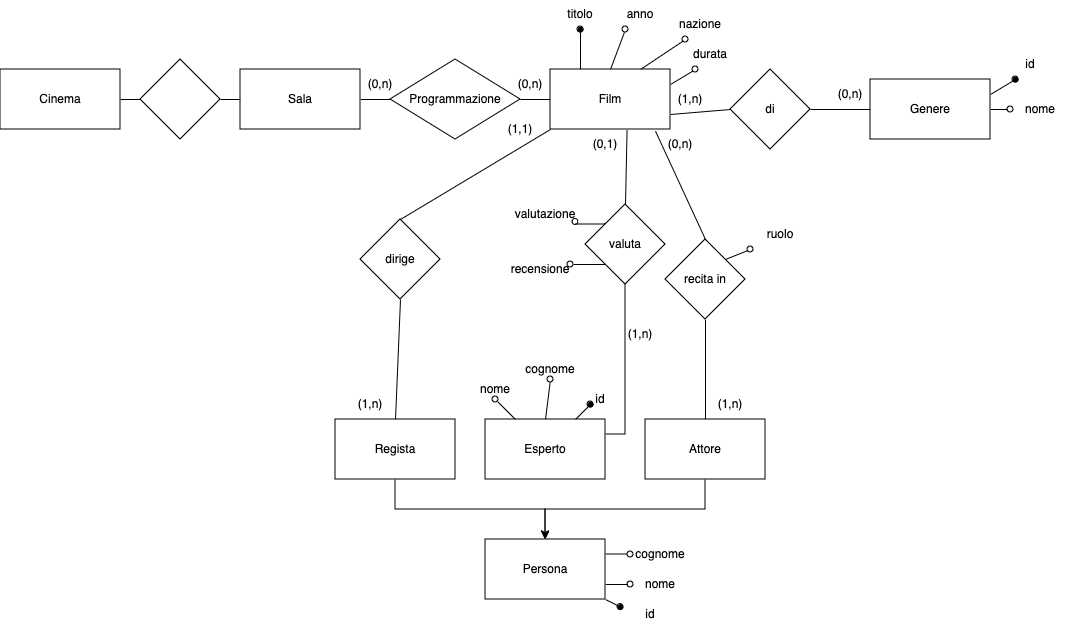
Above: Cinema.drawio.png in GekkeijuITA/BD (draw.io), before the change. Source tidied: cells renumbered, new cells last; positions are measured from the earlier drawing's top-left corner, leaving out a move shared by most shapes.
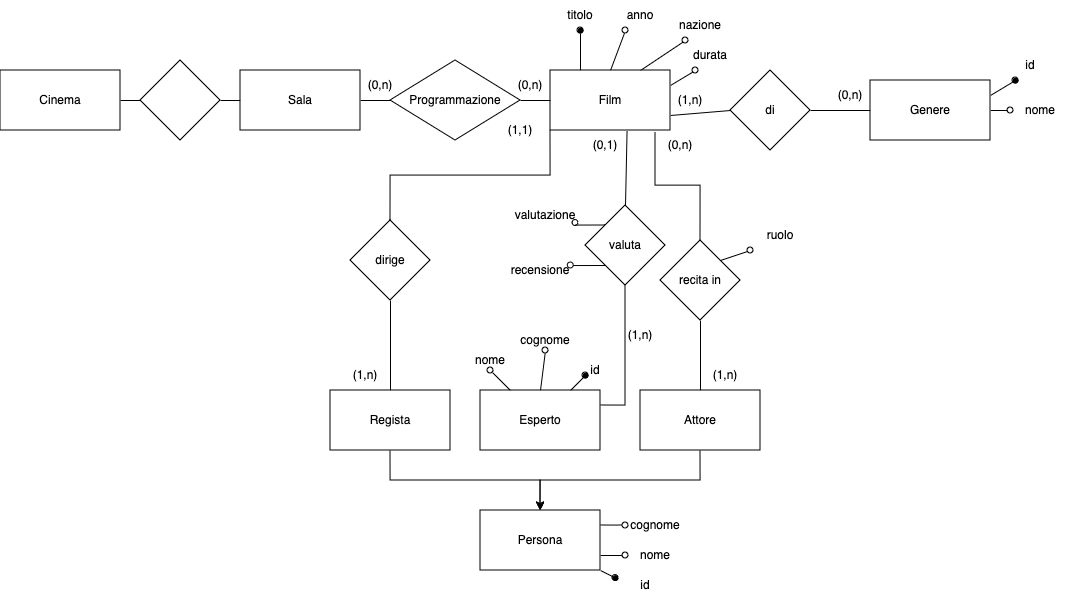
After the change.

The edit, as a diff of the source:
```diff
@@ -35,14 +35,14 @@
     <mxCell id="12" style="edgeStyle=orthogonalEdgeStyle;rounded=0;jettySize=auto;html=1;exitX=1;exitY=0.5;exitDx=0;exitDy=0;entryX=0;entryY=0.5;entryDx=0;entryDy=0;endArrow=none;endFill=0;" parent="1" edge="1" source="13" target="11">
       <mxGeometry relative="1" as="geometry" />
     </mxCell>
-    <mxCell id="13" value="Programmazione" style="rhombus;whiteSpace=wrap;html=1;" parent="1" vertex="1">
+    <mxCell id="13" value="Programmazione" style="rhombus;whiteSpace=wrap;html=1;rounded=0;" parent="1" vertex="1">
       <mxGeometry x="390" y="60" width="130" height="80" as="geometry" />
     </mxCell>
     <mxCell id="14" style="edgeStyle=orthogonalEdgeStyle;rounded=0;jettySize=auto;html=1;exitX=1;exitY=0.25;exitDx=0;exitDy=0;entryX=0;entryY=0.5;entryDx=0;entryDy=0;endArrow=oval;endFill=0;" parent="1" edge="1" source="17" target="65">
       <mxGeometry relative="1" as="geometry">
         <Array as="points">
-          <mxPoint x="620" y="555" />
-          <mxPoint x="620" y="555" />
+          <mxPoint x="615" y="525" />
+          <mxPoint x="615" y="525" />
         </Array>
       </mxGeometry>
     </mxCell>
@@ -53,12 +53,12 @@
       <mxGeometry relative="1" as="geometry" />
     </mxCell>
     <mxCell id="17" value="Persona" style="rounded=0;whiteSpace=wrap;html=1;" parent="1" vertex="1">
-      <mxGeometry x="485" y="540" width="120" height="60" as="geometry" />
+      <mxGeometry x="480" y="510" width="120" height="60" as="geometry" />
     </mxCell>
     <mxCell id="18" style="edgeStyle=orthogonalEdgeStyle;rounded=0;jettySize=auto;html=1;exitX=0;exitY=0.5;exitDx=0;exitDy=0;entryX=1;entryY=0.5;entryDx=0;entryDy=0;endArrow=none;endFill=0;" parent="1" edge="1" source="19" target="2">
       <mxGeometry relative="1" as="geometry" />
     </mxCell>
-    <mxCell id="19" style="rhombus;whiteSpace=wrap;html=1;" parent="1" vertex="1">
+    <mxCell id="19" style="rhombus;whiteSpace=wrap;html=1;rounded=0;" parent="1" vertex="1">
       <mxGeometry x="140" y="60" width="80" height="80" as="geometry" />
     </mxCell>
     <mxCell id="20" value="titolo" style="text;html=1;align=center;verticalAlign=middle;whiteSpace=wrap;rounded=0;" parent="1" vertex="1">
@@ -104,12 +104,12 @@
       <mxGeometry relative="1" as="geometry" />
     </mxCell>
     <mxCell id="34" value="Esperto" style="rounded=0;whiteSpace=wrap;html=1;" parent="1" vertex="1">
-      <mxGeometry x="485" y="420" width="120" height="60" as="geometry" />
+      <mxGeometry x="480" y="390" width="120" height="60" as="geometry" />
     </mxCell>
     <mxCell id="35" style="edgeStyle=orthogonalEdgeStyle;rounded=0;jettySize=auto;html=1;exitX=0;exitY=0;exitDx=0;exitDy=0;entryX=1;entryY=0.75;entryDx=0;entryDy=0;endArrow=oval;endFill=0;" parent="1" edge="1" source="36" target="37">
       <mxGeometry relative="1" as="geometry" />
     </mxCell>
-    <mxCell id="36" value="valuta" style="rhombus;whiteSpace=wrap;html=1;" parent="1" vertex="1">
+    <mxCell id="36" value="valuta" style="rhombus;whiteSpace=wrap;html=1;rounded=0;" parent="1" vertex="1">
       <mxGeometry x="585" y="205" width="80" height="80" as="geometry" />
     </mxCell>
     <mxCell id="37" value="&lt;div&gt;valutazione&lt;/div&gt;" style="text;html=1;align=center;verticalAlign=middle;whiteSpace=wrap;rounded=0;" parent="1" vertex="1">
@@ -125,15 +125,15 @@
       <mxGeometry relative="1" as="geometry" />
     </mxCell>
     <mxCell id="41" value="&lt;div&gt;Attore&lt;/div&gt;" style="rounded=0;whiteSpace=wrap;html=1;" parent="1" vertex="1">
-      <mxGeometry x="645" y="420" width="120" height="60" as="geometry" />
+      <mxGeometry x="640" y="390" width="120" height="60" as="geometry" />
     </mxCell>
     <mxCell id="42" style="rounded=0;jettySize=auto;html=1;exitX=1;exitY=0;exitDx=0;exitDy=0;entryX=0;entryY=1;entryDx=0;entryDy=0;endArrow=oval;endFill=0;" parent="1" edge="1" source="43" target="63">
       <mxGeometry relative="1" as="geometry" />
     </mxCell>
-    <mxCell id="43" value="recita in" style="rhombus;whiteSpace=wrap;html=1;" parent="1" vertex="1">
-      <mxGeometry x="665" y="240" width="80" height="80" as="geometry" />
+    <mxCell id="43" value="recita in" style="rhombus;whiteSpace=wrap;html=1;rounded=0;" parent="1" vertex="1">
+      <mxGeometry x="660" y="240" width="80" height="80" as="geometry" />
     </mxCell>
-    <mxCell id="44" value="di" style="rhombus;whiteSpace=wrap;html=1;" parent="1" vertex="1">
+    <mxCell id="44" value="di" style="rhombus;whiteSpace=wrap;html=1;rounded=0;" parent="1" vertex="1">
       <mxGeometry x="730" y="70" width="80" height="80" as="geometry" />
     </mxCell>
     <mxCell id="45" style="rounded=0;jettySize=auto;html=1;exitX=0.5;exitY=0;exitDx=0;exitDy=0;entryX=0.5;entryY=1;entryDx=0;entryDy=0;endArrow=none;endFill=0;" parent="1" edge="1" source="47" target="49">
@@ -143,18 +143,18 @@
       <mxGeometry relative="1" as="geometry" />
     </mxCell>
     <mxCell id="47" value="Regista" style="rounded=0;whiteSpace=wrap;html=1;" parent="1" vertex="1">
-      <mxGeometry x="335" y="420" width="120" height="60" as="geometry" />
+      <mxGeometry x="330" y="390" width="120" height="60" as="geometry" />
     </mxCell>
-    <mxCell id="48" style="rounded=0;jettySize=auto;html=1;exitX=0.5;exitY=0;exitDx=0;exitDy=0;entryX=0;entryY=1;entryDx=0;entryDy=0;endArrow=none;endFill=0;" parent="1" edge="1" source="49" target="11">
+    <mxCell id="48" style="rounded=0;jettySize=auto;html=1;exitX=0.5;exitY=0;exitDx=0;exitDy=0;entryX=0;entryY=1;entryDx=0;entryDy=0;endArrow=none;endFill=0;edgeStyle=orthogonalEdgeStyle;" parent="1" edge="1" source="49" target="11">
       <mxGeometry relative="1" as="geometry" />
     </mxCell>
-    <mxCell id="49" value="dirige" style="rhombus;whiteSpace=wrap;html=1;" parent="1" vertex="1">
-      <mxGeometry x="360" y="220" width="80" height="80" as="geometry" />
+    <mxCell id="49" value="dirige" style="rhombus;whiteSpace=wrap;html=1;rounded=0;" parent="1" vertex="1">
+      <mxGeometry x="350" y="220" width="80" height="80" as="geometry" />
     </mxCell>
     <mxCell id="50" style="rounded=0;jettySize=auto;html=1;exitX=0.5;exitY=0;exitDx=0;exitDy=0;entryX=0.638;entryY=1.011;entryDx=0;entryDy=0;entryPerimeter=0;endArrow=none;endFill=0;" parent="1" edge="1" source="36" target="11">
       <mxGeometry relative="1" as="geometry" />
     </mxCell>
-    <mxCell id="51" style="rounded=0;jettySize=auto;html=1;exitX=0.5;exitY=0;exitDx=0;exitDy=0;entryX=0.875;entryY=1.028;entryDx=0;entryDy=0;entryPerimeter=0;endArrow=none;endFill=0;" parent="1" edge="1" source="43" target="11">
+    <mxCell id="51" style="rounded=0;jettySize=auto;html=1;exitX=0.5;exitY=0;exitDx=0;exitDy=0;entryX=0.875;entryY=1.028;entryDx=0;entryDy=0;entryPerimeter=0;endArrow=none;endFill=0;edgeStyle=orthogonalEdgeStyle;" parent="1" edge="1" source="43" target="11">
       <mxGeometry relative="1" as="geometry" />
     </mxCell>
     <mxCell id="52" style="edgeStyle=orthogonalEdgeStyle;rounded=0;jettySize=auto;html=1;exitX=0;exitY=1;exitDx=0;exitDy=0;entryX=1.001;entryY=0.356;entryDx=0;entryDy=0;entryPerimeter=0;endArrow=oval;endFill=0;" parent="1" edge="1" source="36" target="38">
@@ -176,7 +176,7 @@
       <mxGeometry x="490" y="115" width="60" height="30" as="geometry" />
     </mxCell>
     <mxCell id="58" value="(1,n)" style="text;html=1;align=center;verticalAlign=middle;whiteSpace=wrap;rounded=0;" parent="1" vertex="1">
-      <mxGeometry x="340" y="390" width="60" height="30" as="geometry" />
+      <mxGeometry x="335" y="360" width="60" height="30" as="geometry" />
     </mxCell>
     <mxCell id="59" value="(0,n)" style="text;html=1;align=center;verticalAlign=middle;whiteSpace=wrap;rounded=0;" parent="1" vertex="1">
       <mxGeometry x="350" y="70" width="60" height="30" as="geometry" />
@@ -185,7 +185,7 @@
       <mxGeometry x="500" y="70" width="60" height="30" as="geometry" />
     </mxCell>
     <mxCell id="61" value="(1,n)" style="text;html=1;align=center;verticalAlign=middle;whiteSpace=wrap;rounded=0;" parent="1" vertex="1">
-      <mxGeometry x="700" y="390" width="60" height="30" as="geometry" />
+      <mxGeometry x="695" y="360" width="60" height="30" as="geometry" />
     </mxCell>
     <mxCell id="62" value="(0,n)" style="text;html=1;align=center;verticalAlign=middle;whiteSpace=wrap;rounded=0;" parent="1" vertex="1">
       <mxGeometry x="650" y="130" width="60" height="30" as="geometry" />
@@ -194,22 +194,22 @@
       <mxGeometry x="750" y="220" width="60" height="30" as="geometry" />
     </mxCell>
     <mxCell id="64" value="nome" style="text;html=1;align=center;verticalAlign=middle;whiteSpace=wrap;rounded=0;" parent="1" vertex="1">
-      <mxGeometry x="630" y="570" width="60" height="30" as="geometry" />
+      <mxGeometry x="625" y="540" width="60" height="30" as="geometry" />
     </mxCell>
     <mxCell id="65" value="cognome" style="text;html=1;align=center;verticalAlign=middle;whiteSpace=wrap;rounded=0;" parent="1" vertex="1">
-      <mxGeometry x="630" y="540" width="60" height="30" as="geometry" />
+      <mxGeometry x="625" y="510" width="60" height="30" as="geometry" />
     </mxCell>
     <mxCell id="66" value="id" style="text;html=1;align=center;verticalAlign=middle;whiteSpace=wrap;rounded=0;" parent="1" vertex="1">
-      <mxGeometry x="620" y="600" width="60" height="30" as="geometry" />
+      <mxGeometry x="615" y="570" width="60" height="30" as="geometry" />
     </mxCell>
     <mxCell id="67" value="nome" style="text;html=1;align=center;verticalAlign=middle;whiteSpace=wrap;rounded=0;" parent="1" vertex="1">
-      <mxGeometry x="470" y="380" width="50" height="20" as="geometry" />
+      <mxGeometry x="465" y="350" width="50" height="20" as="geometry" />
     </mxCell>
     <mxCell id="68" value="cognome" style="text;html=1;align=center;verticalAlign=middle;whiteSpace=wrap;rounded=0;" parent="1" vertex="1">
-      <mxGeometry x="520" y="360" width="60" height="20" as="geometry" />
+      <mxGeometry x="515" y="330" width="60" height="20" as="geometry" />
     </mxCell>
     <mxCell id="69" value="id" style="text;html=1;align=center;verticalAlign=middle;whiteSpace=wrap;rounded=0;" parent="1" vertex="1">
-      <mxGeometry x="590" y="390" width="20" height="20" as="geometry" />
+      <mxGeometry x="585" y="360" width="20" height="20" as="geometry" />
     </mxCell>
   </root>
 </mxGraphModel>
```
